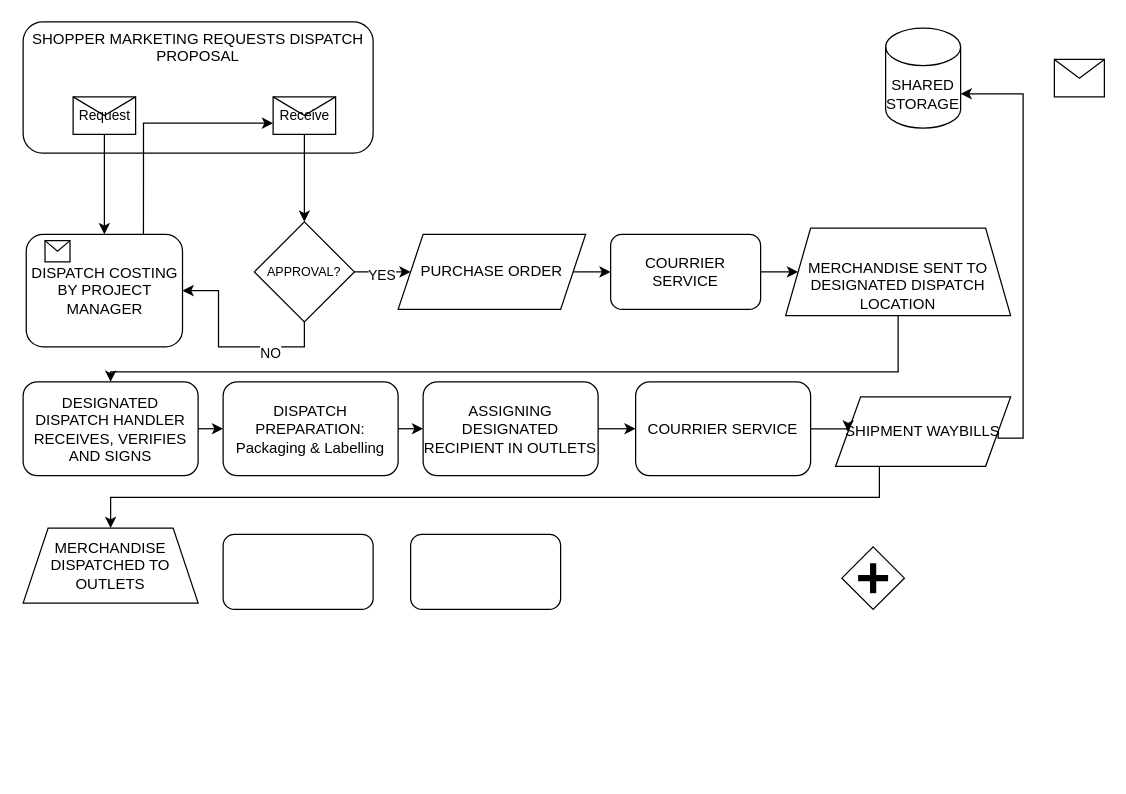
This is Untitled Diagram.drawio from henry-design/Map, a draw.io file, before an edit. Source tidied: cells renumbered, new cells numbered last; positions are measured from the earlier drawing's top-left corner, leaving out a move shared by most shapes. Both pictures are drawn from the tidied source at 125%, with x=0, y=0 at pixel (22, 21).
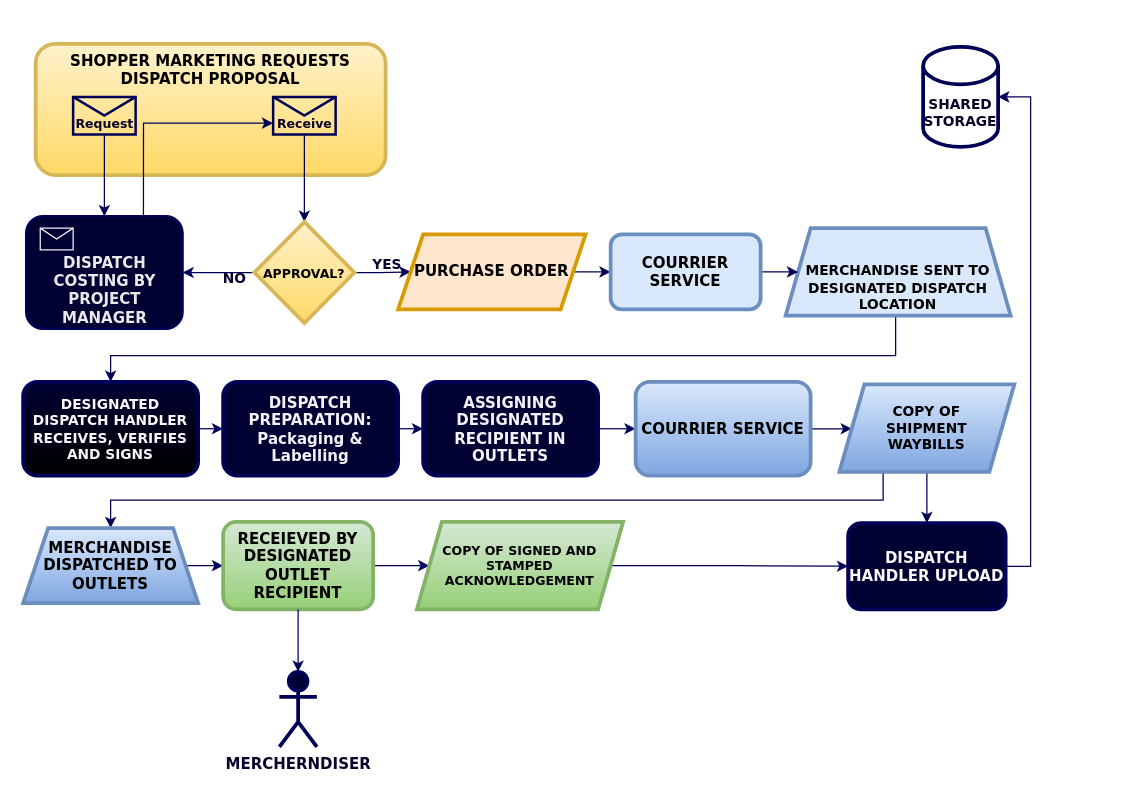
Above is the later version.

What changed in the source:
```diff
@@
+    <mxCell id="24" value="SHOPPER MARKETING REQUESTS DISPATCH PROPOSAL" style="rounded=1;whiteSpace=wrap;html=1;fillColor=#fff2cc;verticalAlign=top;strokeColor=#d6b656;labelBackgroundColor=none;fontFamily=Verdana;fontStyle=1;strokeWidth=3;gradientColor=#ffd966;" parent="1" vertex="1">
+      <mxGeometry x="10" y="17.5" width="280" height="105" as="geometry" />
+    </mxCell>
-    <mxCell id="2" style="edgeStyle=orthogonalEdgeStyle;rounded=0;jettySize=auto;html=1;" parent="1" edge="1" source="3" target="13">
+    <mxCell id="2" style="edgeStyle=orthogonalEdgeStyle;rounded=0;jettySize=auto;html=1;strokeColor=#000057;labelBackgroundColor=none;fontColor=#0c032b;fontFamily=Verdana;fontStyle=1;" parent="1" edge="1" source="3" target="13">
       <mxGeometry relative="1" as="geometry" />
     </mxCell>
-    <mxCell id="3" value="Receive" style="shape=message;html=1;labelPosition=center;verticalLabelPosition=middle;align=center;verticalAlign=middle;fontSize=11;fillColor=none;" parent="1" vertex="1">
+    <mxCell id="3" value="Receive" style="shape=message;html=1;labelPosition=center;verticalLabelPosition=middle;align=center;verticalAlign=bottom;fontSize=10;fillColor=none;strokeColor=#000057;labelBackgroundColor=none;fontColor=#0c032b;fontFamily=Verdana;fontStyle=1;strokeWidth=2;" parent="1" vertex="1">
       <mxGeometry x="200" y="60" width="50" height="30" as="geometry" />
     </mxCell>
-    <mxCell id="4" style="shape=mxgraph.bpmn.shape;html=1;verticalLabelPosition=bottom;labelBackgroundColor=#ffffff;verticalAlign=top;perimeter=rhombusPerimeter;background=gateway;outline=none;symbol=parallelGw;" parent="1" vertex="1">
-      <mxGeometry x="655" y="420" width="50" height="50" as="geometry" />
-    </mxCell>
-    <mxCell id="5" style="shape=message;whiteSpace=wrap;html=1;" parent="1" vertex="1">
-      <mxGeometry x="825" y="30" width="40" height="30" as="geometry" />
-    </mxCell>
-    <mxCell id="6" style="group;" parent="1" vertex="1">
-      <mxGeometry x="2.5" y="170" width="125" height="90" as="geometry" />
-    </mxCell>
-    <mxCell id="7" value="DISPATCH COSTING BY PROJECT MANAGER" style="shape=ext;rounded=1;html=1;whiteSpace=wrap;" parent="6" vertex="1">
-      <mxGeometry width="125" height="90" as="geometry" />
-    </mxCell>
-    <mxCell id="8" style="shape=message;whiteSpace=wrap;html=1;fillColor=none;" parent="6" vertex="1">
-      <mxGeometry x="15" y="5" width="20" height="17" as="geometry" />
-    </mxCell>
-    <mxCell id="9" style="edgeStyle=orthogonalEdgeStyle;rounded=0;jettySize=auto;html=1;exitX=1;exitY=0.5;exitDx=0;exitDy=0;entryX=0;entryY=0.5;entryDx=0;entryDy=0;" parent="1" edge="1" source="13" target="17">
+    <mxCell id="9" style="edgeStyle=orthogonalEdgeStyle;rounded=0;jettySize=auto;html=1;exitX=1;exitY=0.5;exitDx=0;exitDy=0;entryX=0;entryY=0.5;entryDx=0;entryDy=0;strokeColor=#000057;labelBackgroundColor=none;fontColor=#0c032b;fontFamily=Verdana;fontStyle=1;" parent="1" edge="1" source="13" target="17">
       <mxGeometry relative="1" as="geometry" />
     </mxCell>
-    <mxCell id="10" value="YES" style="edgeLabel;html=1;align=center;verticalAlign=middle;" parent="9" vertex="1">
+    <mxCell id="10" value="YES" style="edgeLabel;html=1;align=center;verticalAlign=bottom;labelBackgroundColor=none;strokeColor=#000057;fontColor=#0c032b;fontFamily=Verdana;fontStyle=1;" parent="9" vertex="1">
       <mxGeometry x="0.14" y="-2" relative="1" as="geometry" />
     </mxCell>
-    <mxCell id="11" style="edgeStyle=orthogonalEdgeStyle;rounded=0;jettySize=auto;html=1;exitX=0.5;exitY=1;exitDx=0;exitDy=0;entryX=1;entryY=0.5;entryDx=0;entryDy=0;" parent="1" edge="1" source="13" target="7">
+    <mxCell id="11" style="edgeStyle=orthogonalEdgeStyle;rounded=0;jettySize=auto;html=1;exitX=0;exitY=0.5;exitDx=0;exitDy=0;entryX=1;entryY=0.5;entryDx=0;entryDy=0;strokeColor=#000057;labelBackgroundColor=none;fontColor=#0c032b;fontFamily=Verdana;fontStyle=1;" parent="1" edge="1" source="13" target="7">
       <mxGeometry relative="1" as="geometry" />
     </mxCell>
-    <mxCell id="12" value="NO" style="edgeLabel;html=1;align=center;verticalAlign=middle;" parent="11" vertex="1">
+    <mxCell id="12" value="NO" style="edgeLabel;html=1;align=center;verticalAlign=middle;labelBackgroundColor=none;strokeColor=#000057;fontColor=#0c032b;fontFamily=Verdana;fontStyle=1;" parent="11" vertex="1">
       <mxGeometry x="-0.41" y="4" relative="1" as="geometry" />
     </mxCell>
-    <mxCell id="13" value="APPROVAL?" style="rhombus;whiteSpace=wrap;html=1;verticalAlign=middle;fontSize=10;fillColor=none;" parent="1" vertex="1">
-      <mxGeometry x="185" y="160" width="80" height="80" as="geometry" />
+    <mxCell id="13" value="APPROVAL?" style="rhombus;whiteSpace=wrap;html=1;verticalAlign=middle;fontSize=10;fillColor=#fff2cc;strokeColor=#d6b656;labelBackgroundColor=none;fontFamily=Verdana;fontStyle=1;strokeWidth=3;gradientColor=#ffd966;" parent="1" vertex="1">
+      <mxGeometry x="185" y="160" width="80" height="81" as="geometry" />
     </mxCell>
-    <mxCell id="14" value="Request" style="shape=message;html=1;labelPosition=center;verticalLabelPosition=middle;align=center;verticalAlign=middle;fontSize=11;fillColor=none;" parent="1" vertex="1">
+    <mxCell id="14" value="Request" style="shape=message;html=1;labelPosition=center;verticalLabelPosition=middle;align=center;verticalAlign=bottom;fontSize=10;fillColor=none;strokeColor=#000057;labelBackgroundColor=none;fontColor=#0c032b;fontFamily=Verdana;fontStyle=1;strokeWidth=2;" parent="1" vertex="1">
       <mxGeometry x="40" y="60" width="50" height="30" as="geometry" />
     </mxCell>
-    <mxCell id="15" style="edgeStyle=orthogonalEdgeStyle;rounded=0;jettySize=auto;html=1;exitX=0.5;exitY=1;exitDx=0;exitDy=0;entryX=0.5;entryY=0;entryDx=0;entryDy=0;" parent="1" edge="1" source="14" target="7">
+    <mxCell id="15" style="edgeStyle=orthogonalEdgeStyle;rounded=0;jettySize=auto;html=1;exitX=0.5;exitY=1;exitDx=0;exitDy=0;entryX=0.5;entryY=0;entryDx=0;entryDy=0;strokeColor=#000057;labelBackgroundColor=none;fontColor=#0c032b;fontFamily=Verdana;fontStyle=1;" parent="1" edge="1" source="14" target="7">
       <mxGeometry relative="1" as="geometry" />
     </mxCell>
-    <mxCell id="16" style="edgeStyle=orthogonalEdgeStyle;rounded=0;jettySize=auto;html=1;exitX=1;exitY=0.5;exitDx=0;exitDy=0;entryX=0;entryY=0.5;entryDx=0;entryDy=0;" parent="1" edge="1" source="17" target="21">
+    <mxCell id="16" style="edgeStyle=orthogonalEdgeStyle;rounded=0;jettySize=auto;html=1;exitX=1;exitY=0.5;exitDx=0;exitDy=0;entryX=0;entryY=0.5;entryDx=0;entryDy=0;strokeColor=#000057;labelBackgroundColor=none;fontColor=#0c032b;fontFamily=Verdana;fontStyle=1;" parent="1" edge="1" source="17" target="21">
       <mxGeometry relative="1" as="geometry" />
     </mxCell>
-    <mxCell id="17" value="PURCHASE ORDER" style="shape=parallelogram;perimeter=parallelogramPerimeter;whiteSpace=wrap;html=1;fixedSize=1;fillColor=none;" parent="1" vertex="1">
+    <mxCell id="17" value="PURCHASE ORDER" style="shape=parallelogram;perimeter=parallelogramPerimeter;whiteSpace=wrap;html=1;fixedSize=1;fillColor=#ffe6cc;strokeColor=#d79b00;labelBackgroundColor=none;fontFamily=Verdana;fontStyle=1;strokeWidth=3;" parent="1" vertex="1">
       <mxGeometry x="300" y="170" width="150" height="60" as="geometry" />
     </mxCell>
-    <mxCell id="18" style="edgeStyle=orthogonalEdgeStyle;rounded=0;jettySize=auto;html=1;exitX=0.5;exitY=1;exitDx=0;exitDy=0;entryX=0.5;entryY=0;entryDx=0;entryDy=0;" parent="1" edge="1" source="19" target="23">
+    <mxCell id="18" style="edgeStyle=orthogonalEdgeStyle;rounded=0;jettySize=auto;html=1;exitX=0.5;exitY=1;exitDx=0;exitDy=0;entryX=0.5;entryY=0;entryDx=0;entryDy=0;strokeColor=#000057;labelBackgroundColor=none;fontColor=#0c032b;fontFamily=Verdana;fontStyle=1;" parent="1" edge="1" source="19" target="23">
       <mxGeometry relative="1" as="geometry">
         <Array as="points">
-          <mxPoint x="685" y="280" />
-          <mxPoint x="79" y="280" />
+          <mxPoint x="698" y="235" />
+          <mxPoint x="698" y="267" />
+          <mxPoint x="70" y="267" />
         </Array>
       </mxGeometry>
     </mxCell>
-    <mxCell id="19" value="MERCHANDISE SENT TO DESIGNATED DISPATCH LOCATION" style="shape=trapezoid;perimeter=trapezoidPerimeter;whiteSpace=wrap;html=1;fixedSize=1;verticalAlign=bottom;fillColor=none;" parent="1" vertex="1">
+    <mxCell id="19" value="MERCHANDISE SENT TO DESIGNATED DISPATCH LOCATION" style="shape=trapezoid;perimeter=trapezoidPerimeter;whiteSpace=wrap;html=1;fixedSize=1;verticalAlign=bottom;fillColor=#dae8fc;strokeColor=#6c8ebf;labelBackgroundColor=none;fontFamily=Verdana;fontStyle=1;fontSize=11;strokeWidth=3;" parent="1" vertex="1">
       <mxGeometry x="610" y="165" width="180" height="70" as="geometry" />
     </mxCell>
-    <mxCell id="20" style="edgeStyle=orthogonalEdgeStyle;rounded=0;jettySize=auto;html=1;exitX=1;exitY=0.5;exitDx=0;exitDy=0;entryX=0;entryY=0.5;entryDx=0;entryDy=0;" parent="1" edge="1" source="21" target="19">
+    <mxCell id="20" style="edgeStyle=orthogonalEdgeStyle;rounded=0;jettySize=auto;html=1;exitX=1;exitY=0.5;exitDx=0;exitDy=0;entryX=0;entryY=0.5;entryDx=0;entryDy=0;strokeColor=#000057;labelBackgroundColor=none;fontColor=#0c032b;fontFamily=Verdana;fontStyle=1;" parent="1" edge="1" source="21" target="19">
       <mxGeometry relative="1" as="geometry" />
     </mxCell>
-    <mxCell id="21" value="COURRIER SERVICE" style="rounded=1;whiteSpace=wrap;html=1;fillColor=none;" parent="1" vertex="1">
+    <mxCell id="21" value="COURRIER SERVICE" style="rounded=1;whiteSpace=wrap;html=1;fillColor=#dae8fc;strokeColor=#6c8ebf;labelBackgroundColor=none;fontFamily=Verdana;fontStyle=1;strokeWidth=3;" parent="1" vertex="1">
       <mxGeometry x="470" y="170" width="120" height="60" as="geometry" />
     </mxCell>
-    <mxCell id="22" style="edgeStyle=orthogonalEdgeStyle;rounded=0;jettySize=auto;html=1;exitX=1;exitY=0.5;exitDx=0;exitDy=0;entryX=0;entryY=0.5;entryDx=0;entryDy=0;" parent="1" edge="1" source="23" target="26">
+    <mxCell id="22" style="edgeStyle=orthogonalEdgeStyle;rounded=0;jettySize=auto;html=1;exitX=1;exitY=0.5;exitDx=0;exitDy=0;entryX=0;entryY=0.5;entryDx=0;entryDy=0;strokeColor=#000057;labelBackgroundColor=none;fontColor=#0c032b;fontFamily=Verdana;fontStyle=1;" parent="1" edge="1" source="23" target="26">
       <mxGeometry relative="1" as="geometry" />
     </mxCell>
-    <mxCell id="23" value="DESIGNATED DISPATCH HANDLER RECEIVES, VERIFIES AND SIGNS" style="rounded=1;whiteSpace=wrap;html=1;fillColor=none;" parent="1" vertex="1">
+    <mxCell id="23" value="DESIGNATED DISPATCH HANDLER RECEIVES, VERIFIES AND SIGNS" style="rounded=1;whiteSpace=wrap;html=1;fillColor=#000033;strokeColor=#000057;labelBackgroundColor=none;fontColor=#f7f7f8;fontFamily=Verdana;fontStyle=1;fontSize=11;strokeWidth=3;gradientColor=default;" parent="1" vertex="1">
       <mxGeometry y="288" width="140" height="75" as="geometry" />
     </mxCell>
-    <mxCell id="24" value="SHOPPER MARKETING REQUESTS DISPATCH PROPOSAL" style="rounded=1;whiteSpace=wrap;html=1;fillColor=none;verticalAlign=top;" parent="1" vertex="1">
-      <mxGeometry width="280" height="105" as="geometry" />
-    </mxCell>
-    <mxCell id="25" style="edgeStyle=orthogonalEdgeStyle;rounded=0;jettySize=auto;html=1;exitX=1;exitY=0.5;exitDx=0;exitDy=0;entryX=0;entryY=0.5;entryDx=0;entryDy=0;" parent="1" edge="1" source="26" target="29">
+    <mxCell id="25" style="edgeStyle=orthogonalEdgeStyle;rounded=0;jettySize=auto;html=1;exitX=1;exitY=0.5;exitDx=0;exitDy=0;entryX=0;entryY=0.5;entryDx=0;entryDy=0;strokeColor=#000057;labelBackgroundColor=none;fontColor=#0c032b;fontFamily=Verdana;fontStyle=1;" parent="1" edge="1" source="26" target="29">
       <mxGeometry relative="1" as="geometry" />
     </mxCell>
-    <mxCell id="26" value="DISPATCH PREPARATION: Packaging &amp;amp; Labelling" style="rounded=1;whiteSpace=wrap;html=1;fillColor=none;" parent="1" vertex="1">
+    <mxCell id="26" value="DISPATCH PREPARATION: Packaging &amp;amp; Labelling" style="rounded=1;whiteSpace=wrap;html=1;fillColor=#000033;strokeColor=#000057;labelBackgroundColor=none;fontColor=#f3f2f8;fontFamily=Verdana;fontStyle=1;strokeWidth=3;" parent="1" vertex="1">
       <mxGeometry x="160" y="288" width="140" height="75" as="geometry" />
     </mxCell>
-    <mxCell id="27" style="edgeStyle=orthogonalEdgeStyle;rounded=0;jettySize=auto;html=1;exitX=0.75;exitY=0;exitDx=0;exitDy=0;entryX=0;entryY=0.7;entryDx=0;entryDy=0;" parent="1" edge="1" source="7" target="3">
+    <mxCell id="27" style="edgeStyle=orthogonalEdgeStyle;rounded=0;jettySize=auto;html=1;exitX=0.75;exitY=0;exitDx=0;exitDy=0;entryX=0;entryY=0.7;entryDx=0;entryDy=0;strokeColor=#000057;labelBackgroundColor=none;fontColor=#0c032b;fontFamily=Verdana;fontStyle=1;" parent="1" edge="1" source="7" target="3">
       <mxGeometry relative="1" as="geometry" />
     </mxCell>
-    <mxCell id="28" style="edgeStyle=orthogonalEdgeStyle;rounded=0;jettySize=auto;html=1;exitX=1;exitY=0.5;exitDx=0;exitDy=0;entryX=0;entryY=0.5;entryDx=0;entryDy=0;" parent="1" edge="1" source="29" target="31">
+    <mxCell id="28" style="edgeStyle=orthogonalEdgeStyle;rounded=0;jettySize=auto;html=1;exitX=1;exitY=0.5;exitDx=0;exitDy=0;entryX=0;entryY=0.5;entryDx=0;entryDy=0;strokeColor=#000057;labelBackgroundColor=none;fontColor=#0c032b;fontFamily=Verdana;fontStyle=1;" parent="1" edge="1" source="29" target="31">
       <mxGeometry relative="1" as="geometry" />
     </mxCell>
-    <mxCell id="29" value="ASSIGNING DESIGNATED RECIPIENT IN OUTLETS" style="rounded=1;whiteSpace=wrap;html=1;fillColor=none;" parent="1" vertex="1">
+    <mxCell id="29" value="ASSIGNING DESIGNATED RECIPIENT IN OUTLETS" style="rounded=1;whiteSpace=wrap;html=1;fillColor=#000033;strokeColor=#000057;labelBackgroundColor=none;fontColor=#f3f2f8;fontFamily=Verdana;fontStyle=1;strokeWidth=3;" parent="1" vertex="1">
       <mxGeometry x="320" y="288" width="140" height="75" as="geometry" />
     </mxCell>
-    <mxCell id="30" style="edgeStyle=orthogonalEdgeStyle;rounded=0;jettySize=auto;html=1;exitX=1;exitY=0.5;exitDx=0;exitDy=0;entryX=0;entryY=0.5;entryDx=0;entryDy=0;" parent="1" edge="1" source="31" target="33">
+    <mxCell id="30" style="edgeStyle=orthogonalEdgeStyle;rounded=0;jettySize=auto;html=1;exitX=1;exitY=0.5;exitDx=0;exitDy=0;entryX=0;entryY=0.5;entryDx=0;entryDy=0;strokeColor=#000057;labelBackgroundColor=none;fontColor=#0c032b;fontFamily=Verdana;fontStyle=1;" parent="1" edge="1" source="31" target="33">
       <mxGeometry relative="1" as="geometry" />
     </mxCell>
-    <mxCell id="31" value="COURRIER SERVICE" style="rounded=1;whiteSpace=wrap;html=1;fillColor=none;" parent="1" vertex="1">
+    <mxCell id="31" value="COURRIER SERVICE" style="rounded=1;whiteSpace=wrap;html=1;fillColor=#dae8fc;strokeColor=#6c8ebf;labelBackgroundColor=none;fontFamily=Verdana;fontStyle=1;strokeWidth=3;gradientColor=#7ea6e0;" parent="1" vertex="1">
       <mxGeometry x="490" y="288" width="140" height="75" as="geometry" />
     </mxCell>
-    <mxCell id="32" style="edgeStyle=orthogonalEdgeStyle;rounded=0;jettySize=auto;html=1;exitX=0.25;exitY=1;exitDx=0;exitDy=0;entryX=0.5;entryY=0;entryDx=0;entryDy=0;" parent="1" edge="1" source="33" target="36">
+    <mxCell id="32" style="edgeStyle=orthogonalEdgeStyle;rounded=0;jettySize=auto;html=1;exitX=0.25;exitY=1;exitDx=0;exitDy=0;entryX=0.5;entryY=0;entryDx=0;entryDy=0;strokeColor=#000057;labelBackgroundColor=none;fontColor=#0c032b;fontFamily=Verdana;fontStyle=1;" parent="1" edge="1" source="33" target="36">
       <mxGeometry relative="1" as="geometry" />
     </mxCell>
+    <mxCell id="39" style="edgeStyle=orthogonalEdgeStyle;rounded=0;jettySize=auto;html=1;exitX=0.5;exitY=1;exitDx=0;exitDy=0;entryX=0.5;entryY=0;entryDx=0;entryDy=0;strokeColor=#000057;labelBackgroundColor=none;fontColor=#0c032b;fontFamily=Verdana;fontStyle=1;" parent="1" edge="1" source="33" target="44">
+      <mxGeometry relative="1" as="geometry" />
+    </mxCell>
-    <mxCell id="33" value="SHIPMENT WAYBILLS" style="shape=parallelogram;perimeter=parallelogramPerimeter;whiteSpace=wrap;html=1;fixedSize=1;fillColor=none;" parent="1" vertex="1">
-      <mxGeometry x="650" y="300" width="140" height="55.5" as="geometry" />
+    <mxCell id="33" value="COPY OF &lt;br&gt;SHIPMENT &lt;br&gt;WAYBILLS" style="shape=parallelogram;perimeter=parallelogramPerimeter;whiteSpace=wrap;html=1;fixedSize=1;fillColor=#dae8fc;strokeColor=#6c8ebf;labelBackgroundColor=none;fontFamily=Verdana;fontSize=11;fontStyle=1;strokeWidth=3;gradientColor=#7ea6e0;" parent="1" vertex="1">
+      <mxGeometry x="653" y="290" width="140" height="70" as="geometry" />
     </mxCell>
-    <mxCell id="34" value="SHARED STORAGE" style="shape=cylinder3;whiteSpace=wrap;html=1;boundedLbl=1;backgroundOutline=1;size=15;" parent="1" vertex="1">
-      <mxGeometry x="690" y="5" width="60" height="80" as="geometry" />
+    <mxCell id="34" value="SHARED STORAGE" style="shape=cylinder3;whiteSpace=wrap;html=1;boundedLbl=1;backgroundOutline=1;size=15;fillColor=none;strokeColor=#000057;labelBackgroundColor=none;fontColor=#0c032b;fontFamily=Verdana;fontStyle=1;fontSize=11;strokeWidth=3;" parent="1" vertex="1">
+      <mxGeometry x="720" y="20" width="60" height="80" as="geometry" />
     </mxCell>
-    <mxCell id="35" style="edgeStyle=orthogonalEdgeStyle;rounded=0;jettySize=auto;html=1;exitX=1;exitY=0.5;exitDx=0;exitDy=0;entryX=1;entryY=0;entryDx=0;entryDy=52.5;entryPerimeter=0;" parent="1" edge="1" source="33" target="34">
-      <mxGeometry relative="1" as="geometry">
-        <Array as="points">
-          <mxPoint x="800" y="333" />
-          <mxPoint x="800" y="58" />
-        </Array>
-      </mxGeometry>
-    </mxCell>
+    <mxCell id="40" style="edgeStyle=orthogonalEdgeStyle;rounded=0;jettySize=auto;html=1;exitX=1;exitY=0.5;exitDx=0;exitDy=0;entryX=0;entryY=0.5;entryDx=0;entryDy=0;strokeColor=#000057;labelBackgroundColor=none;fontColor=#0c032b;fontFamily=Verdana;fontStyle=1;" parent="1" edge="1" source="36" target="37">
+      <mxGeometry relative="1" as="geometry" />
+    </mxCell>
-    <mxCell id="36" value="MERCHANDISE DISPATCHED TO OUTLETS" style="shape=trapezoid;perimeter=trapezoidPerimeter;whiteSpace=wrap;html=1;fixedSize=1;fillColor=none;" parent="1" vertex="1">
+    <mxCell id="36" value="MERCHANDISE DISPATCHED TO OUTLETS" style="shape=trapezoid;perimeter=trapezoidPerimeter;whiteSpace=wrap;html=1;fixedSize=1;fillColor=#dae8fc;strokeColor=#6c8ebf;labelBackgroundColor=none;fontFamily=Verdana;fontStyle=1;strokeWidth=3;gradientColor=#7ea6e0;" parent="1" vertex="1">
       <mxGeometry y="405" width="140" height="60" as="geometry" />
     </mxCell>
+    <mxCell id="41" style="edgeStyle=orthogonalEdgeStyle;rounded=0;jettySize=auto;html=1;exitX=1;exitY=0.5;exitDx=0;exitDy=0;entryX=0;entryY=0.5;entryDx=0;entryDy=0;strokeColor=#000057;labelBackgroundColor=none;fontColor=#0c032b;fontFamily=Verdana;fontStyle=1;" parent="1" edge="1" source="37" target="43">
+      <mxGeometry relative="1" as="geometry" />
+    </mxCell>
-    <mxCell id="37" style="rounded=1;whiteSpace=wrap;html=1;" parent="1" vertex="1">
-      <mxGeometry x="160" y="410" width="120" height="60" as="geometry" />
+    <mxCell id="37" value="RECEIEVED BY DESIGNATED OUTLET RECIPIENT" style="rounded=1;whiteSpace=wrap;html=1;fillColor=#d5e8d4;strokeColor=#82b366;labelBackgroundColor=none;fontFamily=Verdana;fontStyle=1;strokeWidth=3;gradientColor=#97d077;" parent="1" vertex="1">
+      <mxGeometry x="160" y="400" width="120" height="70" as="geometry" />
     </mxCell>
-    <mxCell id="38" style="rounded=1;whiteSpace=wrap;html=1;" parent="1" vertex="1">
-      <mxGeometry x="310" y="410" width="120" height="60" as="geometry" />
-    </mxCell>
+    <mxCell id="42" style="edgeStyle=orthogonalEdgeStyle;rounded=0;jettySize=auto;html=1;strokeColor=#000057;labelBackgroundColor=none;fontColor=#0c032b;fontFamily=Verdana;fontStyle=1;" parent="1" edge="1" source="43" target="44">
+      <mxGeometry relative="1" as="geometry" />
+    </mxCell>
+    <mxCell id="43" value="COPY OF SIGNED AND STAMPED ACKNOWLEDGEMENT" style="shape=parallelogram;perimeter=parallelogramPerimeter;whiteSpace=wrap;html=1;fixedSize=1;fillColor=#d5e8d4;strokeColor=#82b366;labelBackgroundColor=none;fontFamily=Verdana;fontStyle=1;fontSize=10;strokeWidth=3;gradientColor=#97d077;" parent="1" vertex="1">
+      <mxGeometry x="315" y="400" width="165" height="70" as="geometry" />
+    </mxCell>
+    <mxCell id="44" value="DISPATCH HANDLER UPLOAD" style="rounded=1;whiteSpace=wrap;html=1;fillColor=#000033;strokeColor=#000057;labelBackgroundColor=none;fontColor=#f7f7f8;fontFamily=Verdana;fontStyle=1;strokeWidth=3;" parent="1" vertex="1">
+      <mxGeometry x="660" y="401" width="126" height="69" as="geometry" />
+    </mxCell>
+    <mxCell id="45" style="edgeStyle=orthogonalEdgeStyle;rounded=0;jettySize=auto;html=1;exitX=1;exitY=0.5;exitDx=0;exitDy=0;entryX=1;entryY=0.5;entryDx=0;entryDy=0;entryPerimeter=0;strokeColor=#000057;labelBackgroundColor=none;fontColor=#0c032b;fontFamily=Verdana;fontStyle=1;" parent="1" edge="1" source="44" target="34">
+      <mxGeometry relative="1" as="geometry" />
+    </mxCell>
+    <mxCell id="46" value="MERCHERNDISER" style="shape=umlActor;verticalLabelPosition=bottom;verticalAlign=top;html=1;outlineConnect=0;fillColor=#000033;strokeColor=#000057;labelBackgroundColor=none;fontColor=#0c032b;fontFamily=Verdana;fontStyle=1;strokeWidth=3;" parent="1" vertex="1">
+      <mxGeometry x="205" y="520" width="30" height="60" as="geometry" />
+    </mxCell>
+    <mxCell id="47" style="edgeStyle=orthogonalEdgeStyle;rounded=0;jettySize=auto;html=1;exitX=0.5;exitY=1;exitDx=0;exitDy=0;entryX=0.5;entryY=0;entryDx=0;entryDy=0;entryPerimeter=0;strokeColor=#000057;labelBackgroundColor=none;fontColor=#0c032b;fontFamily=Verdana;fontStyle=1;" parent="1" edge="1" source="37" target="46">
+      <mxGeometry relative="1" as="geometry" />
+    </mxCell>
+    <mxCell id="48" style="group;strokeWidth=2;strokeColor=#000057;rounded=1;fillColor=#000033;fontColor=#f0efef;" parent="1" vertex="1">
+      <mxGeometry x="2.5" y="155.5" width="125" height="90" as="geometry" />
+    </mxCell>
+    <mxCell id="7" value="DISPATCH COSTING BY PROJECT MANAGER" style="shape=ext;rounded=1;html=1;whiteSpace=wrap;strokeColor=#000057;labelBackgroundColor=none;fontColor=#eaeaeb;fontFamily=Verdana;fontStyle=1;verticalAlign=bottom;fillColor=none;" parent="48" vertex="1">
+      <mxGeometry width="125" height="90" as="geometry" />
+    </mxCell>
+    <mxCell id="8" style="shape=message;whiteSpace=wrap;html=1;fillColor=none;strokeColor=#efeff5;labelBackgroundColor=none;fontColor=#0c032b;fontFamily=Verdana;fontStyle=1;" parent="48" vertex="1">
+      <mxGeometry x="11.2" y="9.5" width="26.3" height="17.4" as="geometry" />
+    </mxCell>
```
